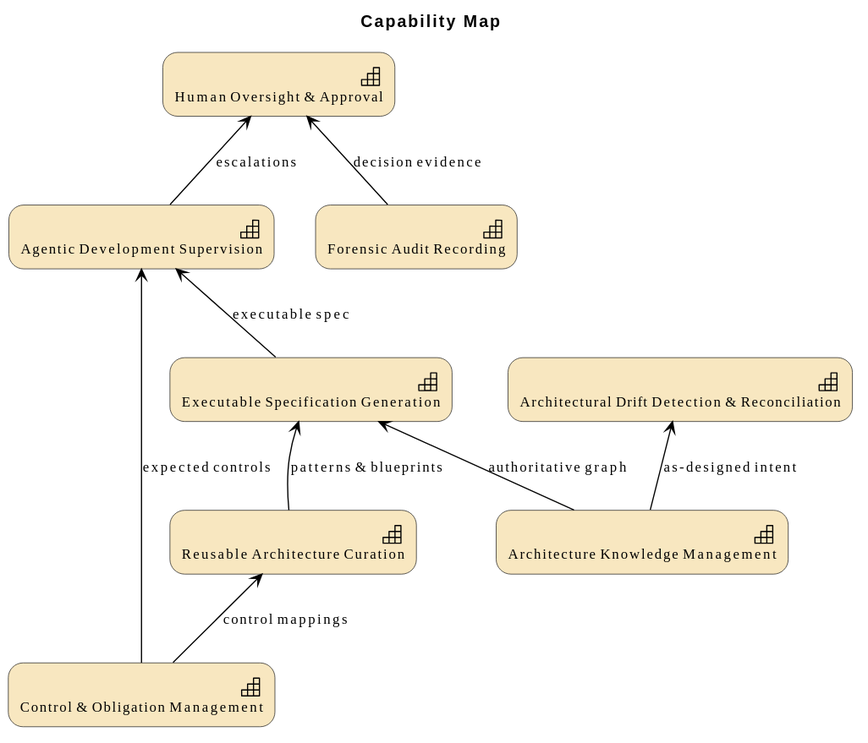
Earlier version of the PlantUML export architecture/model/diagrams/vision/5-capability-map.svg (wolffy-au/frictionless-architect).
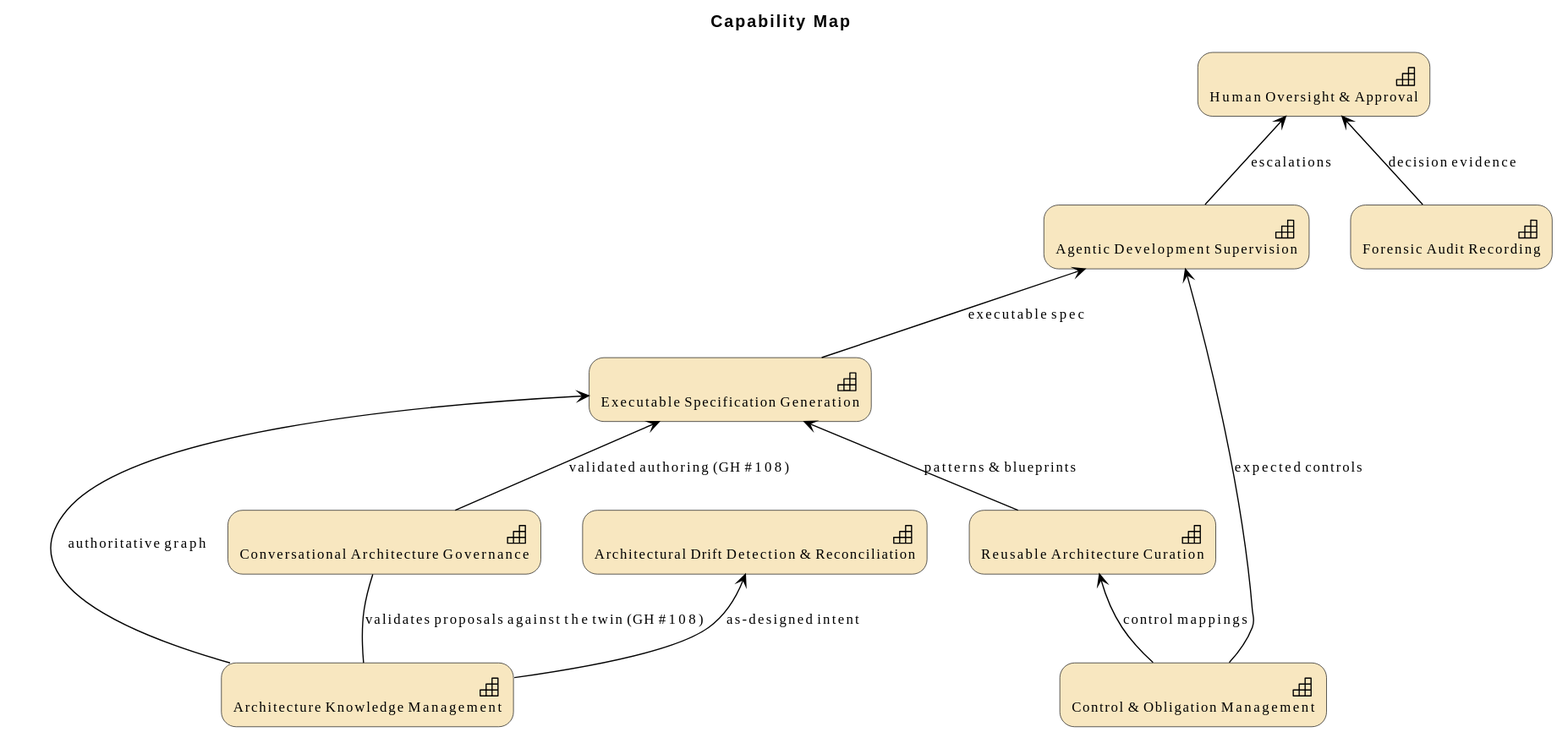
Above is the later version.

Commit message:
fix(model): scope Capability Map via include_types, not members

Change to the diagram source:
```diff
@@ -11,6 +11,7 @@
 Strategy_Capability(e_id08f340a094e552, "Human Oversight & Approval")
 Strategy_Capability(e_id72468b5b403450, "Control & Obligation Management")
 Strategy_Capability(e_id752d1de3794f5f, "Reusable Architecture Curation")
+Strategy_Capability(e_id6c60f4feb89058, "Conversational Architecture Governance")
 
 Rel_Serving_Up(e_id18ec07397a9d5f, e_idafba1b4ab1e756, "authoritative graph")
 Rel_Serving_Up(e_id18ec07397a9d5f, e_id41aa3eb894c852, "as-designed intent")
@@ -18,6 +19,8 @@
 Rel_Serving_Up(e_id72468b5b403450, e_id752d1de3794f5f, "control mappings")
 Rel_Serving_Up(e_id72468b5b403450, e_id4a1c34ab69d151, "expected controls")
 Rel_Serving_Up(e_idafba1b4ab1e756, e_id4a1c34ab69d151, "executable spec")
+Rel_Serving_Up(e_id6c60f4feb89058, e_idafba1b4ab1e756, "validated authoring (GH #108)")
+Rel_Association(e_id6c60f4feb89058, e_id18ec07397a9d5f, "validates proposals against the twin (GH #108)")
 Rel_Serving_Up(e_idc29413a2099958, e_id08f340a094e552, "decision evidence")
 Rel_Serving_Up(e_id4a1c34ab69d151, e_id08f340a094e552, "escalations")
 @enduml
```
